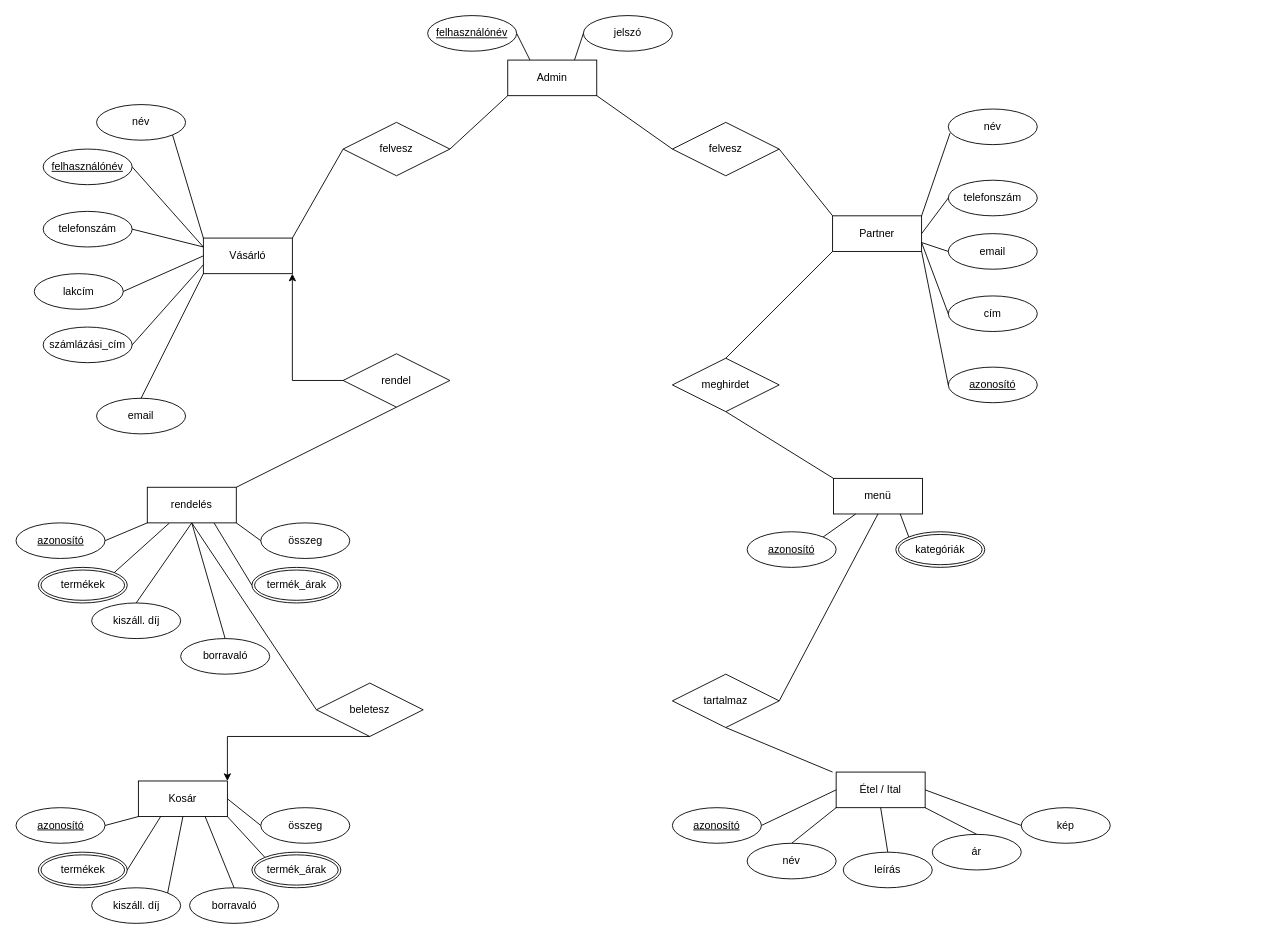
The draw.io diagram egyed-kapcsolat_ETEL.drawio in Zeusz0/etelRendeles, before the edit. Source tidied: cells renumbered, new cells numbered last; positions are measured from the earlier drawing's top-left corner, leaving out a move shared by most shapes. Both pictures are drawn from the tidied source at 89%, with x=0, y=0 at pixel (15, 15).
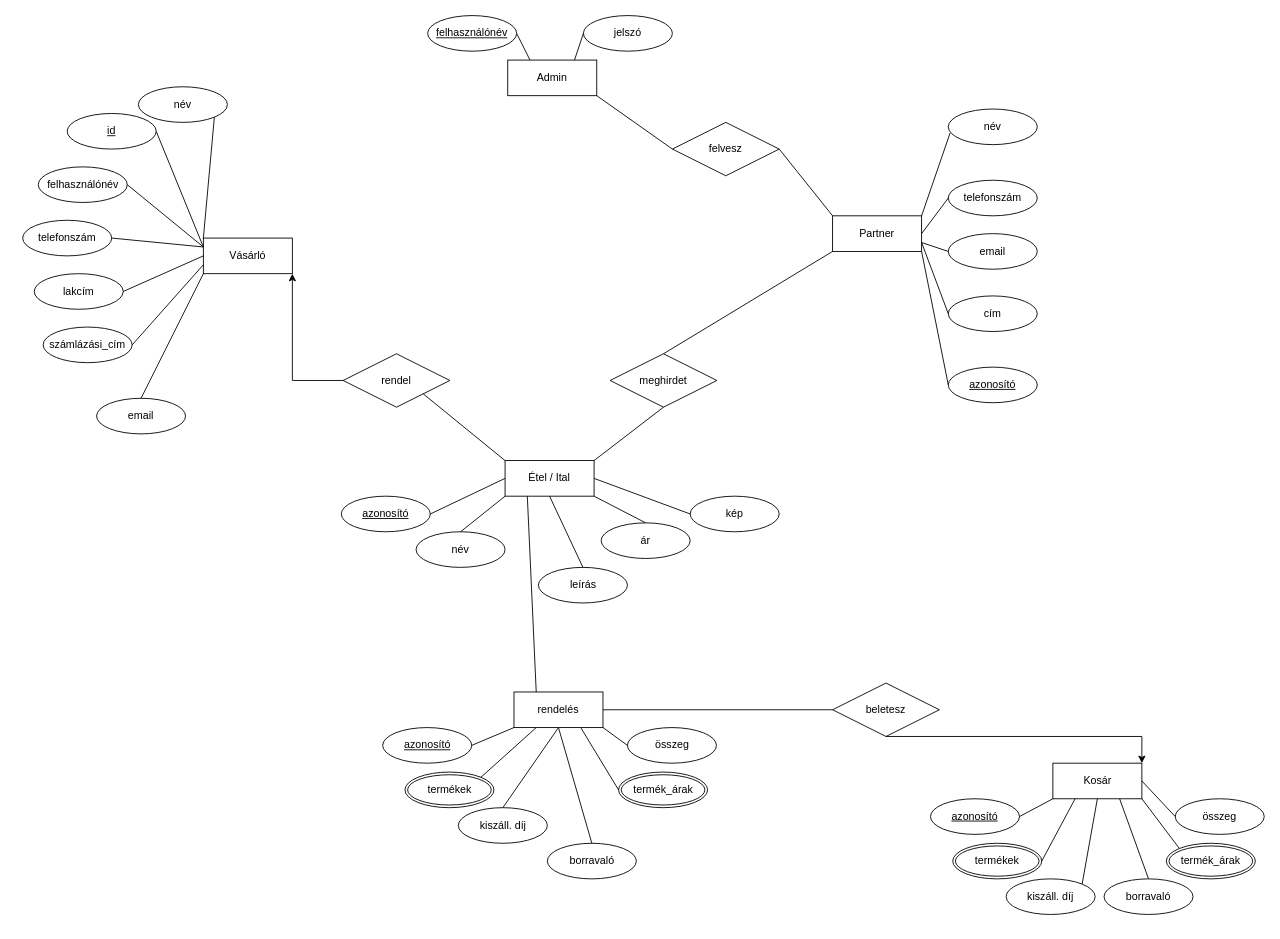
The same diagram, later.

The change refers to these unchanged cells:
```xml
<mxCell id="2" value="Vásárló" style="whiteSpace=wrap;html=1;align=center;" parent="1" vertex="1">
  <mxGeometry x="211" y="250" width="100" height="40" as="geometry" />
</mxCell>
<mxCell id="24" value="Admin" style="whiteSpace=wrap;html=1;align=center;" parent="1" vertex="1">
  <mxGeometry x="553" y="50" width="100" height="40" as="geometry" />
</mxCell>
<mxCell id="47" value="rendel&lt;br&gt;" style="shape=rhombus;perimeter=rhombusPerimeter;whiteSpace=wrap;html=1;align=center;" parent="1" vertex="1">
  <mxGeometry x="368" y="380" width="120" height="60" as="geometry" />
</mxCell>
```

What changed in the source:
```diff
@@
     <mxCell id="3" value="név" style="ellipse;whiteSpace=wrap;html=1;align=center;" parent="1" vertex="1">
-      <mxGeometry x="91" y="100" width="100" height="40" as="geometry" />
+      <mxGeometry x="138" y="80" width="100" height="40" as="geometry" />
     </mxCell>
     <mxCell id="4" value="telefonszám&lt;br&gt;" style="ellipse;whiteSpace=wrap;html=1;align=center;" parent="1" vertex="1">
-      <mxGeometry x="31" y="220" width="100" height="40" as="geometry" />
+      <mxGeometry x="8" y="230" width="100" height="40" as="geometry" />
     </mxCell>
@@
-    <mxCell id="19" value="felhasználónév&lt;br&gt;" style="ellipse;whiteSpace=wrap;html=1;align=center;fontStyle=4;" parent="1" vertex="1">
-      <mxGeometry x="31" y="150" width="100" height="40" as="geometry" />
+    <mxCell id="19" value="id" style="ellipse;whiteSpace=wrap;html=1;align=center;fontStyle=4;" parent="1" vertex="1">
+      <mxGeometry x="58" y="110" width="100" height="40" as="geometry" />
     </mxCell>
@@
-    <mxCell id="28" value="felvesz&lt;br&gt;" style="shape=rhombus;perimeter=rhombusPerimeter;whiteSpace=wrap;html=1;align=center;" parent="1" vertex="1">
-      <mxGeometry x="368" y="120" width="120" height="60" as="geometry" />
-    </mxCell>
@@
     <mxCell id="33" value="Kosár&lt;br&gt;" style="whiteSpace=wrap;html=1;align=center;" parent="1" vertex="1">
-      <mxGeometry x="138" y="860" width="100" height="40" as="geometry" />
+      <mxGeometry x="1165.5" y="840" width="100" height="40" as="geometry" />
     </mxCell>
     <mxCell id="34" value="azonosító&lt;br&gt;" style="ellipse;whiteSpace=wrap;html=1;align=center;fontStyle=4;" parent="1" vertex="1">
-      <mxGeometry x="0.5" y="570" width="100" height="40" as="geometry" />
+      <mxGeometry x="412.5" y="800" width="100" height="40" as="geometry" />
     </mxCell>
     <mxCell id="35" value="kiszáll. díj&lt;br&gt;" style="ellipse;whiteSpace=wrap;html=1;align=center;" parent="1" vertex="1">
-      <mxGeometry x="85.5" y="660" width="100" height="40" as="geometry" />
+      <mxGeometry x="497.5" y="890" width="100" height="40" as="geometry" />
     </mxCell>
     <mxCell id="36" value="termékek" style="ellipse;shape=doubleEllipse;margin=3;whiteSpace=wrap;html=1;align=center;direction=west;" parent="1" vertex="1">
-      <mxGeometry x="25.5" y="620" width="100" height="40" as="geometry" />
+      <mxGeometry x="437.5" y="850" width="100" height="40" as="geometry" />
     </mxCell>
     <mxCell id="37" value="borravaló&lt;br&gt;" style="ellipse;whiteSpace=wrap;html=1;align=center;" parent="1" vertex="1">
-      <mxGeometry x="185.5" y="700" width="100" height="40" as="geometry" />
+      <mxGeometry x="597.5" y="930" width="100" height="40" as="geometry" />
     </mxCell>
     <mxCell id="38" value="termék_árak" style="ellipse;shape=doubleEllipse;margin=3;whiteSpace=wrap;html=1;align=center;direction=west;" parent="1" vertex="1">
-      <mxGeometry x="265.5" y="620" width="100" height="40" as="geometry" />
+      <mxGeometry x="677.5" y="850" width="100" height="40" as="geometry" />
     </mxCell>
     <mxCell id="39" value="összeg" style="ellipse;whiteSpace=wrap;html=1;align=center;" parent="1" vertex="1">
-      <mxGeometry x="275.5" y="570" width="100" height="40" as="geometry" />
+      <mxGeometry x="687.5" y="800" width="100" height="40" as="geometry" />
     </mxCell>
@@
     <mxCell id="45" value="rendelés&lt;br&gt;" style="whiteSpace=wrap;html=1;align=center;" parent="1" vertex="1">
-      <mxGeometry x="148" y="530" width="100" height="40" as="geometry" />
+      <mxGeometry x="560" y="760" width="100" height="40" as="geometry" />
     </mxCell>
@@
     <mxCell id="48" value="azonosító&lt;br&gt;" style="ellipse;whiteSpace=wrap;html=1;align=center;fontStyle=4;" parent="1" vertex="1">
-      <mxGeometry x="0.5" y="890" width="100" height="40" as="geometry" />
+      <mxGeometry x="1028" y="880" width="100" height="40" as="geometry" />
     </mxCell>
     <mxCell id="49" value="termékek" style="ellipse;shape=doubleEllipse;margin=3;whiteSpace=wrap;html=1;align=center;direction=west;" parent="1" vertex="1">
-      <mxGeometry x="25.5" y="940" width="100" height="40" as="geometry" />
+      <mxGeometry x="1053" y="930" width="100" height="40" as="geometry" />
     </mxCell>
     <mxCell id="50" value="kiszáll. díj&lt;br&gt;" style="ellipse;whiteSpace=wrap;html=1;align=center;" parent="1" vertex="1">
-      <mxGeometry x="85.5" y="980" width="100" height="40" as="geometry" />
+      <mxGeometry x="1113" y="970" width="100" height="40" as="geometry" />
     </mxCell>
     <mxCell id="51" value="borravaló&lt;br&gt;" style="ellipse;whiteSpace=wrap;html=1;align=center;" parent="1" vertex="1">
-      <mxGeometry x="195.5" y="980" width="100" height="40" as="geometry" />
+      <mxGeometry x="1223" y="970" width="100" height="40" as="geometry" />
     </mxCell>
     <mxCell id="52" value="termék_árak" style="ellipse;shape=doubleEllipse;margin=3;whiteSpace=wrap;html=1;align=center;direction=west;" parent="1" vertex="1">
-      <mxGeometry x="265.5" y="940" width="100" height="40" as="geometry" />
+      <mxGeometry x="1293" y="930" width="100" height="40" as="geometry" />
     </mxCell>
     <mxCell id="53" value="összeg" style="ellipse;whiteSpace=wrap;html=1;align=center;" parent="1" vertex="1">
-      <mxGeometry x="275.5" y="890" width="100" height="40" as="geometry" />
+      <mxGeometry x="1303" y="880" width="100" height="40" as="geometry" />
     </mxCell>
@@
-    <mxCell id="60" value="menü&lt;br&gt;" style="whiteSpace=wrap;html=1;align=center;" parent="1" vertex="1">
-      <mxGeometry x="919" y="520" width="100" height="40" as="geometry" />
-    </mxCell>
-    <mxCell id="61" value="azonosító&lt;br&gt;" style="ellipse;whiteSpace=wrap;html=1;align=center;fontStyle=4;" parent="1" vertex="1">
-      <mxGeometry x="822" y="580" width="100" height="40" as="geometry" />
-    </mxCell>
-    <mxCell id="62" value="kategóriák&lt;br&gt;" style="ellipse;shape=doubleEllipse;margin=3;whiteSpace=wrap;html=1;align=center;" parent="1" vertex="1">
-      <mxGeometry x="989" y="580" width="100" height="40" as="geometry" />
-    </mxCell>
-    <mxCell id="63" style="endArrow=none;html=1;rounded=0;entryX=0.25;entryY=1;entryDx=0;entryDy=0;exitX=1;exitY=0;exitDx=0;exitDy=0;" parent="1" edge="1" source="61" target="60">
-      <mxGeometry relative="1" as="geometry" />
-    </mxCell>
-    <mxCell id="64" style="endArrow=none;html=1;rounded=0;entryX=0.75;entryY=1;entryDx=0;entryDy=0;exitX=0;exitY=0;exitDx=0;exitDy=0;" parent="1" edge="1" source="62" target="60">
-      <mxGeometry relative="1" as="geometry" />
-    </mxCell>
     <mxCell id="65" value="beletesz&lt;br&gt;" style="shape=rhombus;perimeter=rhombusPerimeter;whiteSpace=wrap;html=1;align=center;" parent="1" vertex="1">
-      <mxGeometry x="338" y="750" width="120" height="60" as="geometry" />
+      <mxGeometry x="918" y="750" width="120" height="60" as="geometry" />
     </mxCell>
     <mxCell id="66" value="meghirdet" style="shape=rhombus;perimeter=rhombusPerimeter;whiteSpace=wrap;html=1;align=center;" parent="1" vertex="1">
-      <mxGeometry x="738" y="385" width="120" height="60" as="geometry" />
+      <mxGeometry x="668" y="380" width="120" height="60" as="geometry" />
     </mxCell>
     <mxCell id="67" value="Étel / Ital" style="whiteSpace=wrap;html=1;align=center;" parent="1" vertex="1">
-      <mxGeometry x="922" y="850" width="100" height="40" as="geometry" />
+      <mxGeometry x="550" y="500" width="100" height="40" as="geometry" />
     </mxCell>
     <mxCell id="68" value="azonosító&lt;br&gt;" style="ellipse;whiteSpace=wrap;html=1;align=center;fontStyle=4;" parent="1" vertex="1">
-      <mxGeometry x="738" y="890" width="100" height="40" as="geometry" />
+      <mxGeometry x="366" y="540" width="100" height="40" as="geometry" />
     </mxCell>
     <mxCell id="69" value="név&lt;br&gt;" style="ellipse;whiteSpace=wrap;html=1;align=center;" parent="1" vertex="1">
-      <mxGeometry x="822" y="930" width="100" height="40" as="geometry" />
+      <mxGeometry x="450" y="580" width="100" height="40" as="geometry" />
     </mxCell>
     <mxCell id="70" value="leírás" style="ellipse;whiteSpace=wrap;html=1;align=center;" parent="1" vertex="1">
-      <mxGeometry x="930" y="940" width="100" height="40" as="geometry" />
+      <mxGeometry x="587.5" y="620" width="100" height="40" as="geometry" />
     </mxCell>
     <mxCell id="71" value="ár" style="ellipse;whiteSpace=wrap;html=1;align=center;" parent="1" vertex="1">
-      <mxGeometry x="1030" y="920" width="100" height="40" as="geometry" />
+      <mxGeometry x="658" y="570" width="100" height="40" as="geometry" />
     </mxCell>
     <mxCell id="72" value="kép" style="ellipse;whiteSpace=wrap;html=1;align=center;" parent="1" vertex="1">
-      <mxGeometry x="1130" y="890" width="100" height="40" as="geometry" />
+      <mxGeometry x="758" y="540" width="100" height="40" as="geometry" />
     </mxCell>
@@
-    <mxCell id="78" value="tartalmaz" style="shape=rhombus;perimeter=rhombusPerimeter;whiteSpace=wrap;html=1;align=center;" parent="1" vertex="1">
-      <mxGeometry x="738" y="740" width="120" height="60" as="geometry" />
-    </mxCell>
-    <mxCell id="79" style="endArrow=none;html=1;rounded=0;entryX=0;entryY=1;entryDx=0;entryDy=0;exitX=1;exitY=0.5;exitDx=0;exitDy=0;" parent="1" edge="1" source="28" target="24">
-      <mxGeometry relative="1" as="geometry" />
-    </mxCell>
-    <mxCell id="80" style="endArrow=none;html=1;rounded=0;entryX=0;entryY=0.5;entryDx=0;entryDy=0;exitX=1;exitY=0;exitDx=0;exitDy=0;" parent="1" edge="1" source="2" target="28">
-      <mxGeometry relative="1" as="geometry" />
-    </mxCell>
@@
-    <mxCell id="84" style="endArrow=none;html=1;rounded=0;entryX=0.5;entryY=1;entryDx=0;entryDy=0;exitX=1;exitY=0;exitDx=0;exitDy=0;" parent="1" edge="1" source="45" target="47">
-      <mxGeometry relative="1" as="geometry" />
-    </mxCell>
@@
-    <mxCell id="86" style="endArrow=none;html=1;rounded=0;entryX=0;entryY=0;entryDx=0;entryDy=0;exitX=0.5;exitY=1;exitDx=0;exitDy=0;" parent="1" edge="1" source="66" target="60">
-      <mxGeometry relative="1" as="geometry" />
-    </mxCell>
-    <mxCell id="87" style="endArrow=none;html=1;rounded=0;entryX=0.5;entryY=1;entryDx=0;entryDy=0;exitX=1;exitY=0.5;exitDx=0;exitDy=0;" parent="1" edge="1" source="78" target="60">
-      <mxGeometry relative="1" as="geometry" />
-    </mxCell>
-    <mxCell id="88" style="endArrow=none;html=1;rounded=0;exitX=0.5;exitY=1;exitDx=0;exitDy=0;" parent="1" edge="1" source="78">
-      <mxGeometry relative="1" as="geometry">
-        <mxPoint x="918" y="850" as="targetPoint" />
-      </mxGeometry>
-    </mxCell>
+    <mxCell id="90" style="edgeStyle=segmentEdgeStyle;endArrow=classic;html=1;rounded=0;entryX=1;entryY=0;entryDx=0;entryDy=0;exitX=0.5;exitY=1;exitDx=0;exitDy=0;" parent="1" edge="1" source="65" target="33">
+      <mxGeometry relative="1" as="geometry" />
+    </mxCell>
+    <mxCell id="91" value="felhasználónév&lt;br&gt;" style="ellipse;whiteSpace=wrap;html=1;align=center;" parent="1" vertex="1">
+      <mxGeometry x="25.5" y="170" width="100" height="40" as="geometry" />
+    </mxCell>
+    <mxCell id="92" style="endArrow=none;html=1;rounded=0;entryX=0;entryY=0.25;entryDx=0;entryDy=0;exitX=1;exitY=0.5;exitDx=0;exitDy=0;" parent="1" edge="1" source="91" target="2">
+      <mxGeometry relative="1" as="geometry" />
+    </mxCell>
+    <mxCell id="93" style="endArrow=none;html=1;rounded=0;exitX=1;exitY=1;exitDx=0;exitDy=0;entryX=0;entryY=0;entryDx=0;entryDy=0;" parent="1" edge="1" source="47" target="67">
+      <mxGeometry relative="1" as="geometry" />
+    </mxCell>
+    <mxCell id="94" style="endArrow=none;html=1;rounded=0;exitX=0.5;exitY=1;exitDx=0;exitDy=0;entryX=1;entryY=0;entryDx=0;entryDy=0;" parent="1" edge="1" source="66" target="67">
+      <mxGeometry relative="1" as="geometry" />
+    </mxCell>
+    <mxCell id="95" style="endArrow=none;html=1;rounded=0;entryX=0.25;entryY=1;entryDx=0;entryDy=0;exitX=0.25;exitY=0;exitDx=0;exitDy=0;" parent="1" edge="1" source="45" target="67">
+      <mxGeometry relative="1" as="geometry" />
+    </mxCell>
-    <mxCell id="89" style="endArrow=none;html=1;rounded=0;exitX=0.5;exitY=1;exitDx=0;exitDy=0;entryX=0;entryY=0.5;entryDx=0;entryDy=0;" parent="1" edge="1" source="45" target="65">
+    <mxCell id="89" style="endArrow=none;html=1;rounded=0;exitX=1;exitY=0.5;exitDx=0;exitDy=0;entryX=0;entryY=0.5;entryDx=0;entryDy=0;" parent="1" edge="1" source="45" target="65">
       <mxGeometry relative="1" as="geometry" />
     </mxCell>
-    <mxCell id="90" style="edgeStyle=segmentEdgeStyle;endArrow=classic;html=1;rounded=0;entryX=1;entryY=0;entryDx=0;entryDy=0;exitX=0.5;exitY=1;exitDx=0;exitDy=0;" parent="1" edge="1" source="65" target="33">
-      <mxGeometry relative="1" as="geometry" />
-    </mxCell>
```
